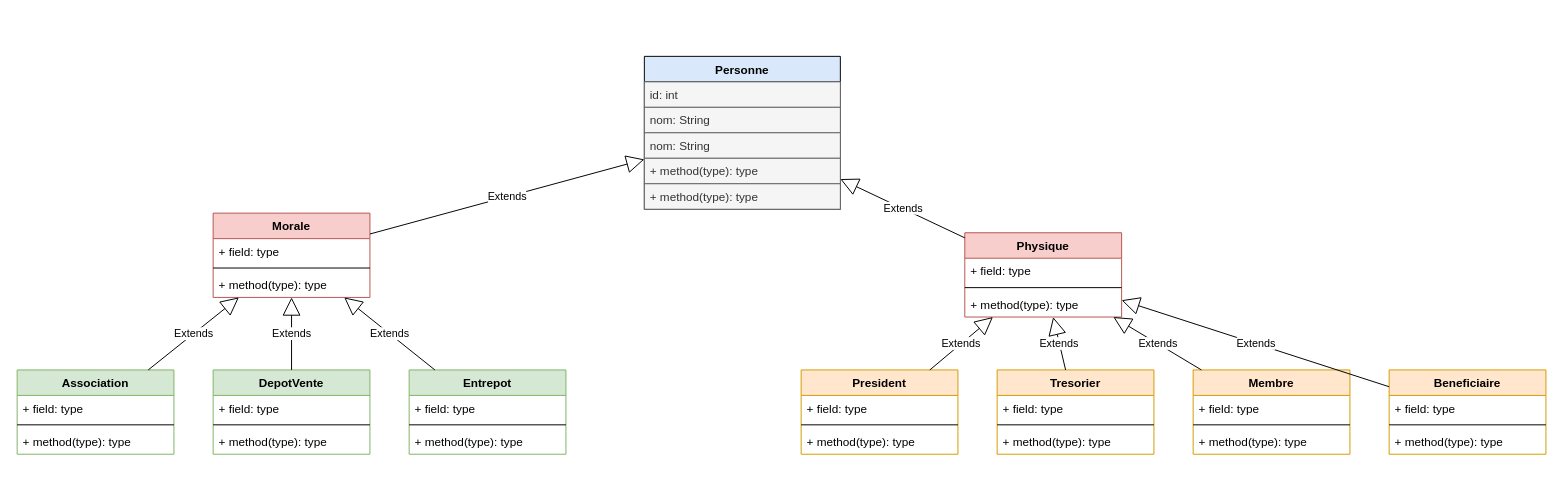
This is JAVA1 Projet.drawio from manutaitrmn/EFREI-TI505N-project, a draw.io file, before an edit. Source tidied: cells renumbered, new cells numbered last; positions are measured from the earlier drawing's top-left corner, leaving out a move shared by most shapes. Both pictures are drawn from the tidied source at 98%, with x=0, y=0 at pixel (17, 56).
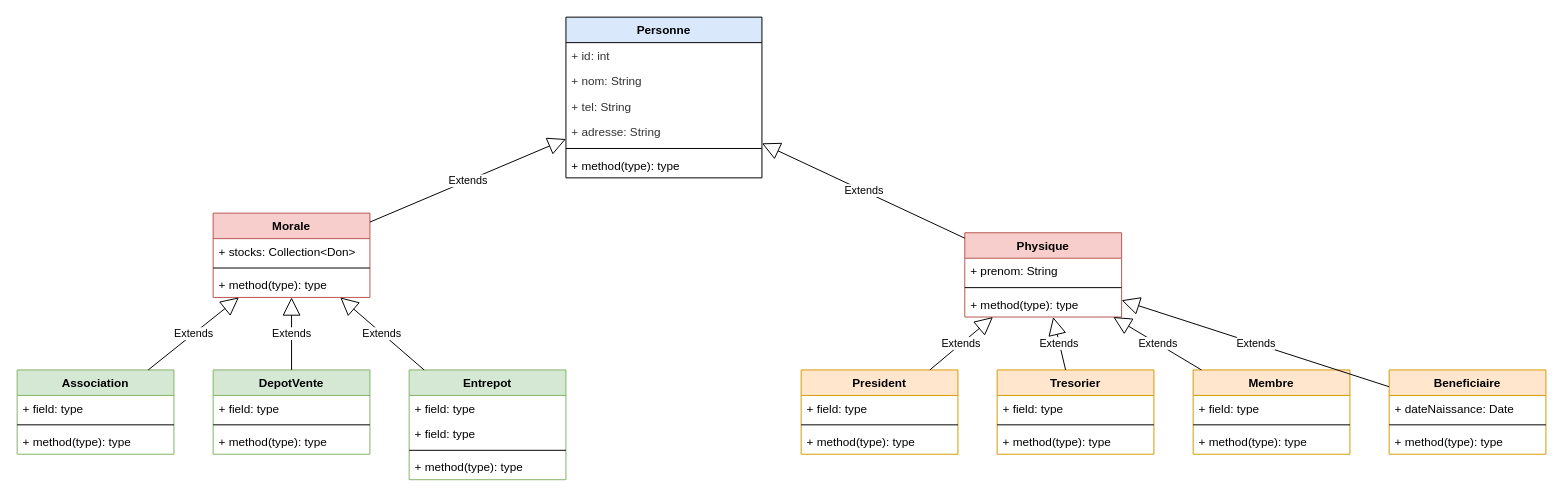
After the change.

The change refers to these unchanged cells:
```xml
<mxCell id="8" value="Morale" style="swimlane;fontStyle=1;align=center;verticalAlign=top;horizontal=1;startSize=26;fillColor=#f8cecc;strokeColor=#b85450;" parent="1" vertex="1">
  <mxGeometry x="200" y="160" width="160" height="86" as="geometry" />
</mxCell>
<mxCell id="12" value="Physique" style="swimlane;fontStyle=1;align=center;verticalAlign=top;horizontal=1;startSize=26;fillColor=#f8cecc;strokeColor=#b85450;" parent="1" vertex="1">
  <mxGeometry x="967" y="180" width="160" height="86" as="geometry" />
</mxCell>
<mxCell id="45" value="Beneficiaire" style="swimlane;fontStyle=1;align=center;verticalAlign=top;horizontal=1;startSize=26;fillColor=#ffe6cc;strokeColor=#d79b00;" parent="1" vertex="1">
  <mxGeometry x="1400" y="320" width="160" height="86" as="geometry" />
</mxCell>
```

Diff of the diagram source:
```diff
@@
     <mxCell id="2" value="Personne" style="swimlane;fontStyle=1;align=center;verticalAlign=top;horizontal=1;startSize=26;fillColor=#dae8fc;strokeColor=#000000;" parent="1" vertex="1">
-      <mxGeometry x="640" width="200" height="156" as="geometry" />
+      <mxGeometry x="560" y="-40" width="200" height="164" as="geometry" />
     </mxCell>
-    <mxCell id="3" value="id: int" style="text;strokeColor=#666666;fillColor=#f5f5f5;align=left;verticalAlign=top;spacingLeft=4;spacingRight=4;overflow=hidden;fontColor=#333333;" parent="2" vertex="1">
-      <mxGeometry y="26" width="200" height="26" as="geometry" />
-    </mxCell>
-    <mxCell id="4" value="nom: String" style="text;align=left;verticalAlign=top;spacingLeft=4;spacingRight=4;overflow=hidden;fillColor=#f5f5f5;strokeColor=#666666;fontColor=#333333;" parent="2" vertex="1">
-      <mxGeometry y="52" width="200" height="26" as="geometry" />
-    </mxCell>
-    <mxCell id="5" value="nom: String" style="text;strokeColor=#666666;fillColor=#f5f5f5;align=left;verticalAlign=top;spacingLeft=4;spacingRight=4;overflow=hidden;fontColor=#333333;" parent="2" vertex="1">
-      <mxGeometry y="78" width="200" height="26" as="geometry" />
-    </mxCell>
-    <mxCell id="6" value="+ method(type): type" style="text;strokeColor=#666666;fillColor=#f5f5f5;align=left;verticalAlign=top;spacingLeft=4;spacingRight=4;overflow=hidden;fontColor=#333333;" parent="2" vertex="1">
-      <mxGeometry y="104" width="200" height="26" as="geometry" />
-    </mxCell>
-    <mxCell id="7" value="+ method(type): type" style="text;strokeColor=#666666;fillColor=#f5f5f5;align=left;verticalAlign=top;spacingLeft=4;spacingRight=4;overflow=hidden;fontColor=#333333;" parent="2" vertex="1">
-      <mxGeometry y="130" width="200" height="26" as="geometry" />
-    </mxCell>
+    <mxCell id="53" value="+ id: int" style="text;strokeColor=none;fillColor=none;align=left;verticalAlign=top;spacingLeft=4;spacingRight=4;overflow=hidden;fontColor=#333333;" parent="2" vertex="1">
+      <mxGeometry y="26" width="200" height="26" as="geometry" />
+    </mxCell>
+    <mxCell id="54" value="+ nom: String" style="text;strokeColor=none;fillColor=none;align=left;verticalAlign=top;spacingLeft=4;spacingRight=4;overflow=hidden;fontColor=#333333;" parent="2" vertex="1">
+      <mxGeometry y="52" width="200" height="26" as="geometry" />
+    </mxCell>
+    <mxCell id="55" value="+ tel: String" style="text;strokeColor=none;fillColor=none;align=left;verticalAlign=top;spacingLeft=4;spacingRight=4;overflow=hidden;fontColor=#333333;" parent="2" vertex="1">
+      <mxGeometry y="78" width="200" height="26" as="geometry" />
+    </mxCell>
+    <mxCell id="56" value="+ adresse: String" style="text;strokeColor=none;fillColor=none;align=left;verticalAlign=top;spacingLeft=4;spacingRight=4;overflow=hidden;fontColor=#333333;" parent="2" vertex="1">
+      <mxGeometry y="104" width="200" height="26" as="geometry" />
+    </mxCell>
+    <mxCell id="57" style="line;strokeWidth=1;fillColor=none;align=left;verticalAlign=middle;spacingTop=-1;spacingLeft=3;spacingRight=3;labelPosition=right;" parent="2" vertex="1">
+      <mxGeometry y="130" width="200" height="8" as="geometry" />
+    </mxCell>
+    <mxCell id="58" value="+ method(type): type" style="text;strokeColor=none;fillColor=none;align=left;verticalAlign=top;spacingLeft=4;spacingRight=4;overflow=hidden;" parent="2" vertex="1">
+      <mxGeometry y="138" width="200" height="26" as="geometry" />
+    </mxCell>
@@
-    <mxCell id="9" value="+ field: type" style="text;strokeColor=none;fillColor=none;align=left;verticalAlign=top;spacingLeft=4;spacingRight=4;overflow=hidden;" parent="8" vertex="1">
+    <mxCell id="9" value="+ stocks: Collection&lt;Don&gt;" style="text;strokeColor=none;fillColor=none;align=left;verticalAlign=top;spacingLeft=4;spacingRight=4;overflow=hidden;" parent="8" vertex="1">
       <mxGeometry y="26" width="160" height="26" as="geometry" />
     </mxCell>
@@
-    <mxCell id="13" value="+ field: type" style="text;strokeColor=none;fillColor=none;align=left;verticalAlign=top;spacingLeft=4;spacingRight=4;overflow=hidden;" parent="12" vertex="1">
+    <mxCell id="13" value="+ prenom: String" style="text;strokeColor=none;fillColor=none;align=left;verticalAlign=top;spacingLeft=4;spacingRight=4;overflow=hidden;" parent="12" vertex="1">
       <mxGeometry y="26" width="160" height="26" as="geometry" />
     </mxCell>
@@
     <mxCell id="24" value="Entrepot" style="swimlane;fontStyle=1;align=center;verticalAlign=top;horizontal=1;startSize=26;fillColor=#d5e8d4;strokeColor=#82b366;" parent="1" vertex="1">
-      <mxGeometry x="400" y="320" width="160" height="86" as="geometry" />
+      <mxGeometry x="400" y="320" width="160" height="112" as="geometry" />
     </mxCell>
@@
+    <mxCell id="59" value="+ field: type" style="text;strokeColor=none;fillColor=none;align=left;verticalAlign=top;spacingLeft=4;spacingRight=4;overflow=hidden;" parent="24" vertex="1">
+      <mxGeometry y="52" width="160" height="26" as="geometry" />
+    </mxCell>
     <mxCell id="26" style="line;strokeWidth=1;fillColor=none;align=left;verticalAlign=middle;spacingTop=-1;spacingLeft=3;spacingRight=3;labelPosition=right;" parent="24" vertex="1">
-      <mxGeometry y="52" width="160" height="8" as="geometry" />
+      <mxGeometry y="78" width="160" height="8" as="geometry" />
     </mxCell>
     <mxCell id="27" value="+ method(type): type" style="text;strokeColor=none;fillColor=none;align=left;verticalAlign=top;spacingLeft=4;spacingRight=4;overflow=hidden;" parent="24" vertex="1">
-      <mxGeometry y="60" width="160" height="26" as="geometry" />
+      <mxGeometry y="86" width="160" height="26" as="geometry" />
     </mxCell>
@@
-    <mxCell id="46" value="+ field: type" style="text;strokeColor=none;fillColor=none;align=left;verticalAlign=top;spacingLeft=4;spacingRight=4;overflow=hidden;" parent="45" vertex="1">
+    <mxCell id="46" value="+ dateNaissance: Date" style="text;strokeColor=none;fillColor=none;align=left;verticalAlign=top;spacingLeft=4;spacingRight=4;overflow=hidden;" parent="45" vertex="1">
       <mxGeometry y="26" width="160" height="26" as="geometry" />
     </mxCell>
```
